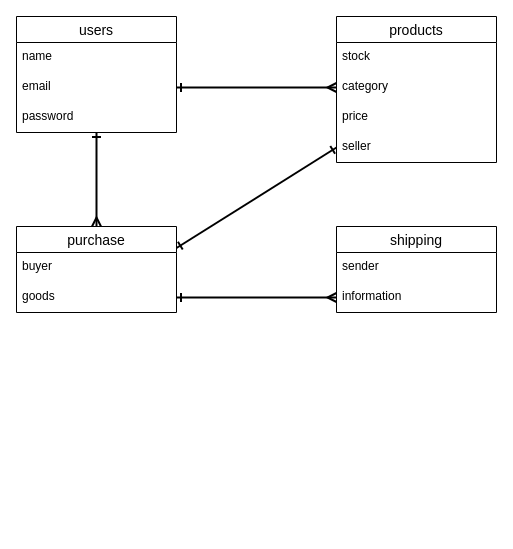
toyoki7/furima-39614 keeps this draw.io diagram as ER.dio. Above is the earlier version. Source tidied: cells renumbered, new cells numbered last; positions are measured from the earlier drawing's top-left corner, leaving out a move shared by most shapes. Both pictures are drawn from the tidied source at 100%, with x=0, y=0 at pixel (16, 16).
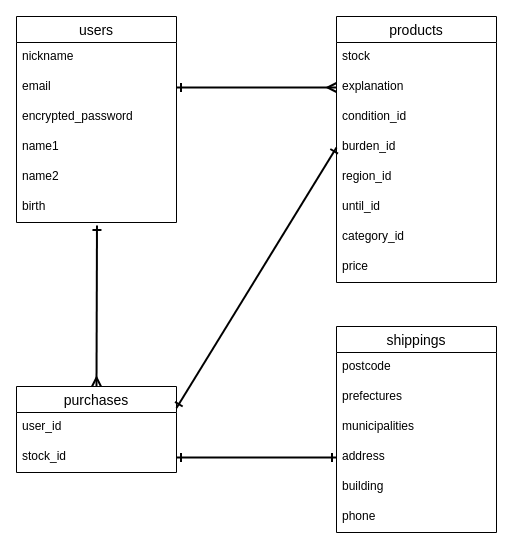
After the change.

Commit message (it also covers changes not shown here):
データベース設計3

The edit, as a diff of the source:
```diff
@@
     <mxCell id="2" value="products" style="swimlane;fontStyle=0;horizontal=1;startSize=26;align=center;fontSize=14;" parent="1" vertex="1">
-      <mxGeometry x="320" width="160" height="146" as="geometry" />
+      <mxGeometry x="320" width="160" height="266" as="geometry" />
     </mxCell>
@@
-    <mxCell id="4" value="category" style="text;strokeColor=none;fillColor=none;spacingLeft=4;spacingRight=4;overflow=hidden;points=[[0,0.5],[1,0.5]];portConstraint=eastwest;fontSize=12;" parent="2" vertex="1">
+    <mxCell id="4" value="explanation" style="text;strokeColor=none;fillColor=none;spacingLeft=4;spacingRight=4;overflow=hidden;points=[[0,0.5],[1,0.5]];portConstraint=eastwest;fontSize=12;" parent="2" vertex="1">
       <mxGeometry y="56" width="160" height="30" as="geometry" />
     </mxCell>
-    <mxCell id="5" value="price" style="text;strokeColor=none;fillColor=none;spacingLeft=4;spacingRight=4;overflow=hidden;fontSize=12;" parent="2" vertex="1">
+    <mxCell id="5" value="condition_id" style="text;strokeColor=none;fillColor=none;spacingLeft=4;spacingRight=4;overflow=hidden;fontSize=12;" parent="2" vertex="1">
       <mxGeometry y="86" width="160" height="30" as="geometry" />
     </mxCell>
-    <mxCell id="6" value="seller" style="text;strokeColor=none;fillColor=none;spacingLeft=4;spacingRight=4;overflow=hidden;points=[[0,0.5],[1,0.5]];portConstraint=eastwest;fontSize=12;" parent="2" vertex="1">
+    <mxCell id="6" value="burden_id" style="text;strokeColor=none;fillColor=none;spacingLeft=4;spacingRight=4;overflow=hidden;points=[[0,0.5],[1,0.5]];portConstraint=eastwest;fontSize=12;" parent="2" vertex="1">
       <mxGeometry y="116" width="160" height="30" as="geometry" />
     </mxCell>
+    <mxCell id="21" value="region_id" style="text;strokeColor=none;fillColor=none;spacingLeft=4;spacingRight=4;overflow=hidden;fontSize=12;" parent="2" vertex="1">
+      <mxGeometry y="146" width="160" height="30" as="geometry" />
+    </mxCell>
+    <mxCell id="22" value="until_id" style="text;strokeColor=none;fillColor=none;spacingLeft=4;spacingRight=4;overflow=hidden;fontSize=12;" parent="2" vertex="1">
+      <mxGeometry y="176" width="160" height="30" as="geometry" />
+    </mxCell>
+    <mxCell id="23" value="category_id" style="text;strokeColor=none;fillColor=none;spacingLeft=4;spacingRight=4;overflow=hidden;fontSize=12;" parent="2" vertex="1">
+      <mxGeometry y="206" width="160" height="30" as="geometry" />
+    </mxCell>
+    <mxCell id="24" value="price" style="text;strokeColor=none;fillColor=none;spacingLeft=4;spacingRight=4;overflow=hidden;fontSize=12;" parent="2" vertex="1">
+      <mxGeometry y="236" width="160" height="30" as="geometry" />
+    </mxCell>
     <mxCell id="7" value="users" style="swimlane;fontStyle=0;horizontal=1;startSize=26;align=center;fontSize=14;" parent="1" vertex="1">
-      <mxGeometry width="160" height="116" as="geometry" />
+      <mxGeometry width="160" height="206" as="geometry" />
     </mxCell>
-    <mxCell id="8" value="name" style="text;strokeColor=none;fillColor=none;spacingLeft=4;spacingRight=4;overflow=hidden;fontSize=12;" parent="7" vertex="1">
+    <mxCell id="8" value="nickname" style="text;strokeColor=none;fillColor=none;spacingLeft=4;spacingRight=4;overflow=hidden;fontSize=12;" parent="7" vertex="1">
       <mxGeometry y="26" width="160" height="30" as="geometry" />
     </mxCell>
@@
-    <mxCell id="10" value="password" style="text;strokeColor=none;fillColor=none;spacingLeft=4;spacingRight=4;overflow=hidden;points=[[0,0.5],[1,0.5]];portConstraint=eastwest;fontSize=12;" parent="7" vertex="1">
+    <mxCell id="10" value="encrypted_password" style="text;strokeColor=none;fillColor=none;spacingLeft=4;spacingRight=4;overflow=hidden;points=[[0,0.5],[1,0.5]];portConstraint=eastwest;fontSize=12;" parent="7" vertex="1">
       <mxGeometry y="86" width="160" height="30" as="geometry" />
     </mxCell>
+    <mxCell id="25" value="name1" style="text;strokeColor=none;fillColor=none;spacingLeft=4;spacingRight=4;overflow=hidden;fontSize=12;" parent="7" vertex="1">
+      <mxGeometry y="116" width="160" height="30" as="geometry" />
+    </mxCell>
+    <mxCell id="26" value="name2" style="text;strokeColor=none;fillColor=none;spacingLeft=4;spacingRight=4;overflow=hidden;fontSize=12;" parent="7" vertex="1">
+      <mxGeometry y="146" width="160" height="30" as="geometry" />
+    </mxCell>
+    <mxCell id="27" value="birth" style="text;strokeColor=none;fillColor=none;spacingLeft=4;spacingRight=4;overflow=hidden;points=[[0,0.5],[1,0.5]];portConstraint=eastwest;fontSize=12;" parent="7" vertex="1">
+      <mxGeometry y="176" width="160" height="30" as="geometry" />
+    </mxCell>
-    <mxCell id="11" value="purchase" style="swimlane;fontStyle=0;horizontal=1;startSize=26;align=center;fontSize=14;" parent="1" vertex="1">
-      <mxGeometry y="210" width="160" height="86" as="geometry" />
+    <mxCell id="11" value="purchases" style="swimlane;fontStyle=0;horizontal=1;startSize=26;align=center;fontSize=14;" parent="1" vertex="1">
+      <mxGeometry y="370" width="160" height="86" as="geometry" />
     </mxCell>
-    <mxCell id="12" value="buyer" style="text;strokeColor=none;fillColor=none;spacingLeft=4;spacingRight=4;overflow=hidden;fontSize=12;" parent="11" vertex="1">
+    <mxCell id="12" value="user_id" style="text;strokeColor=none;fillColor=none;spacingLeft=4;spacingRight=4;overflow=hidden;fontSize=12;" parent="11" vertex="1">
       <mxGeometry y="26" width="160" height="30" as="geometry" />
     </mxCell>
-    <mxCell id="13" value="goods" style="text;strokeColor=none;fillColor=none;spacingLeft=4;spacingRight=4;overflow=hidden;points=[[0,0.5],[1,0.5]];portConstraint=eastwest;fontSize=12;" parent="11" vertex="1">
+    <mxCell id="13" value="stock_id" style="text;strokeColor=none;fillColor=none;spacingLeft=4;spacingRight=4;overflow=hidden;points=[[0,0.5],[1,0.5]];portConstraint=eastwest;fontSize=12;" parent="11" vertex="1">
       <mxGeometry y="56" width="160" height="30" as="geometry" />
     </mxCell>
-    <mxCell id="14" value="shipping" style="swimlane;fontStyle=0;horizontal=1;startSize=26;align=center;fontSize=14;" parent="1" vertex="1">
-      <mxGeometry x="320" y="210" width="160" height="86" as="geometry" />
+    <mxCell id="14" value="shippings" style="swimlane;fontStyle=0;horizontal=1;startSize=26;align=center;fontSize=14;" parent="1" vertex="1">
+      <mxGeometry x="320" y="310" width="160" height="206" as="geometry" />
     </mxCell>
-    <mxCell id="15" value="sender" style="text;strokeColor=none;fillColor=none;spacingLeft=4;spacingRight=4;overflow=hidden;fontSize=12;" parent="14" vertex="1">
+    <mxCell id="15" value="postcode" style="text;strokeColor=none;fillColor=none;spacingLeft=4;spacingRight=4;overflow=hidden;fontSize=12;" parent="14" vertex="1">
       <mxGeometry y="26" width="160" height="30" as="geometry" />
     </mxCell>
+    <mxCell id="28" value="prefectures" style="text;strokeColor=none;fillColor=none;spacingLeft=4;spacingRight=4;overflow=hidden;fontSize=12;" parent="14" vertex="1">
+      <mxGeometry y="56" width="160" height="30" as="geometry" />
+    </mxCell>
-    <mxCell id="16" value="information" style="text;strokeColor=none;fillColor=none;spacingLeft=4;spacingRight=4;overflow=hidden;points=[[0,0.5],[1,0.5]];portConstraint=eastwest;fontSize=12;" parent="14" vertex="1">
-      <mxGeometry y="56" width="160" height="30" as="geometry" />
+    <mxCell id="16" value="municipalities" style="text;strokeColor=none;fillColor=none;spacingLeft=4;spacingRight=4;overflow=hidden;points=[[0,0.5],[1,0.5]];portConstraint=eastwest;fontSize=12;" parent="14" vertex="1">
+      <mxGeometry y="86" width="160" height="30" as="geometry" />
     </mxCell>
+    <mxCell id="29" value="address" style="text;strokeColor=none;fillColor=none;spacingLeft=4;spacingRight=4;overflow=hidden;points=[[0,0.5],[1,0.5]];portConstraint=eastwest;fontSize=12;" parent="14" vertex="1">
+      <mxGeometry y="116" width="160" height="30" as="geometry" />
+    </mxCell>
+    <mxCell id="30" value="building" style="text;strokeColor=none;fillColor=none;spacingLeft=4;spacingRight=4;overflow=hidden;fontSize=12;" parent="14" vertex="1">
+      <mxGeometry y="146" width="160" height="30" as="geometry" />
+    </mxCell>
+    <mxCell id="31" value="phone" style="text;strokeColor=none;fillColor=none;spacingLeft=4;spacingRight=4;overflow=hidden;fontSize=12;" parent="14" vertex="1">
+      <mxGeometry y="176" width="160" height="30" as="geometry" />
+    </mxCell>
@@
-    <mxCell id="18" style="edgeStyle=none;html=1;exitX=1;exitY=0.5;exitDx=0;exitDy=0;entryX=0;entryY=0.5;entryDx=0;entryDy=0;strokeWidth=2;startArrow=ERone;startFill=0;endArrow=ERmany;endFill=0;endSize=6;sourcePerimeterSpacing=0;targetPerimeterSpacing=0;" parent="1" edge="1" source="13" target="16">
+    <mxCell id="18" style="edgeStyle=none;html=1;exitX=1;exitY=0.5;exitDx=0;exitDy=0;entryX=0;entryY=0.5;entryDx=0;entryDy=0;strokeWidth=2;startArrow=ERone;startFill=0;endArrow=ERone;endFill=0;endSize=6;sourcePerimeterSpacing=0;targetPerimeterSpacing=0;" parent="1" edge="1" source="13" target="29">
       <mxGeometry relative="1" as="geometry" />
     </mxCell>
@@
-    <mxCell id="20" style="edgeStyle=none;html=1;strokeWidth=2;startArrow=ERone;startFill=0;endArrow=ERmany;endFill=0;endSize=6;sourcePerimeterSpacing=0;targetPerimeterSpacing=0;entryX=0.5;entryY=0;entryDx=0;entryDy=0;" parent="1" edge="1" source="10" target="11">
+    <mxCell id="20" style="edgeStyle=none;html=1;strokeWidth=2;startArrow=ERone;startFill=0;endArrow=ERmany;endFill=0;endSize=6;sourcePerimeterSpacing=0;targetPerimeterSpacing=0;entryX=0.5;entryY=0;entryDx=0;entryDy=0;exitX=0.503;exitY=1.1;exitDx=0;exitDy=0;exitPerimeter=0;" parent="1" edge="1" source="27" target="11">
       <mxGeometry relative="1" as="geometry" />
     </mxCell>
```
